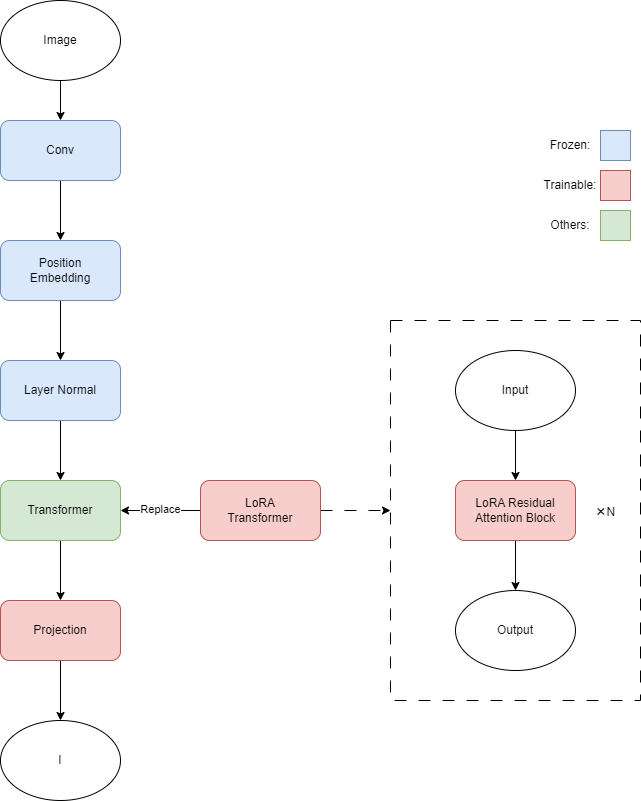
Earlier version of the draw.io export assert/Image encoder/LoRA/Overview.png (Bgzdl/CLIP). Source tidied: cells renumbered, new cells last; positions are measured from the earlier drawing's top-left corner, leaving out a move shared by most shapes.
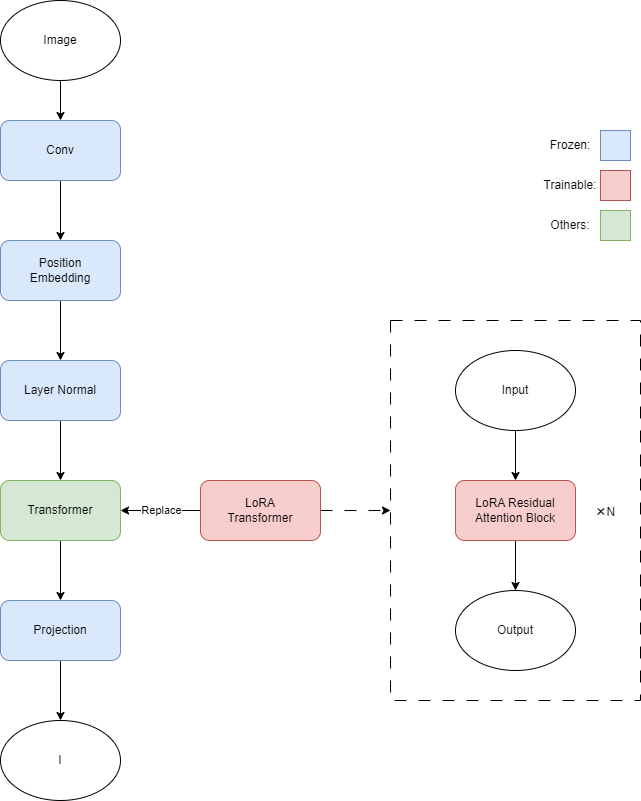
Later version of the same file.

Diff of the diagram source:
```diff
@@ -35,7 +35,7 @@
     <mxCell id="12" style="edgeStyle=orthogonalEdgeStyle;rounded=0;jettySize=auto;html=1;entryX=0.5;entryY=0;entryDx=0;entryDy=0;" parent="1" edge="1" source="13" target="14">
       <mxGeometry relative="1" as="geometry" />
     </mxCell>
-    <mxCell id="13" value="Projection" style="rounded=1;whiteSpace=wrap;html=1;fillColor=#f8cecc;strokeColor=#b85450;" parent="1" vertex="1">
+    <mxCell id="13" value="Projection" style="rounded=1;whiteSpace=wrap;html=1;fillColor=#dae8fc;strokeColor=#6c8ebf;" parent="1" vertex="1">
       <mxGeometry y="600" width="120" height="60" as="geometry" />
     </mxCell>
     <mxCell id="14" value="I" style="ellipse;whiteSpace=wrap;html=1;" parent="1" vertex="1">
```
